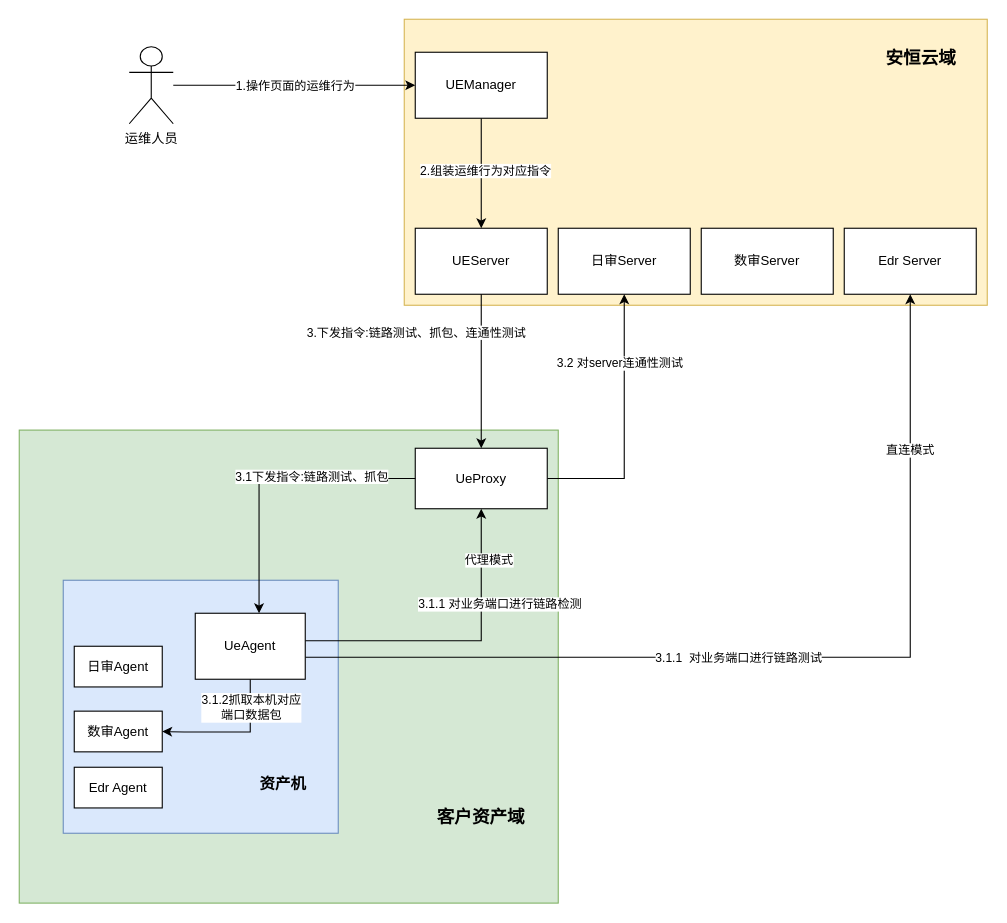
The draw.io diagram 自动化运维链路图.drawio in SwagLYY/myPersonalRepo, before the edit. Source tidied: cells renumbered, new cells numbered last; positions are measured from the earlier drawing's top-left corner, leaving out a move shared by most shapes. Both pictures are drawn from the tidied source at 110%, with x=0, y=0 at pixel (19, 19).
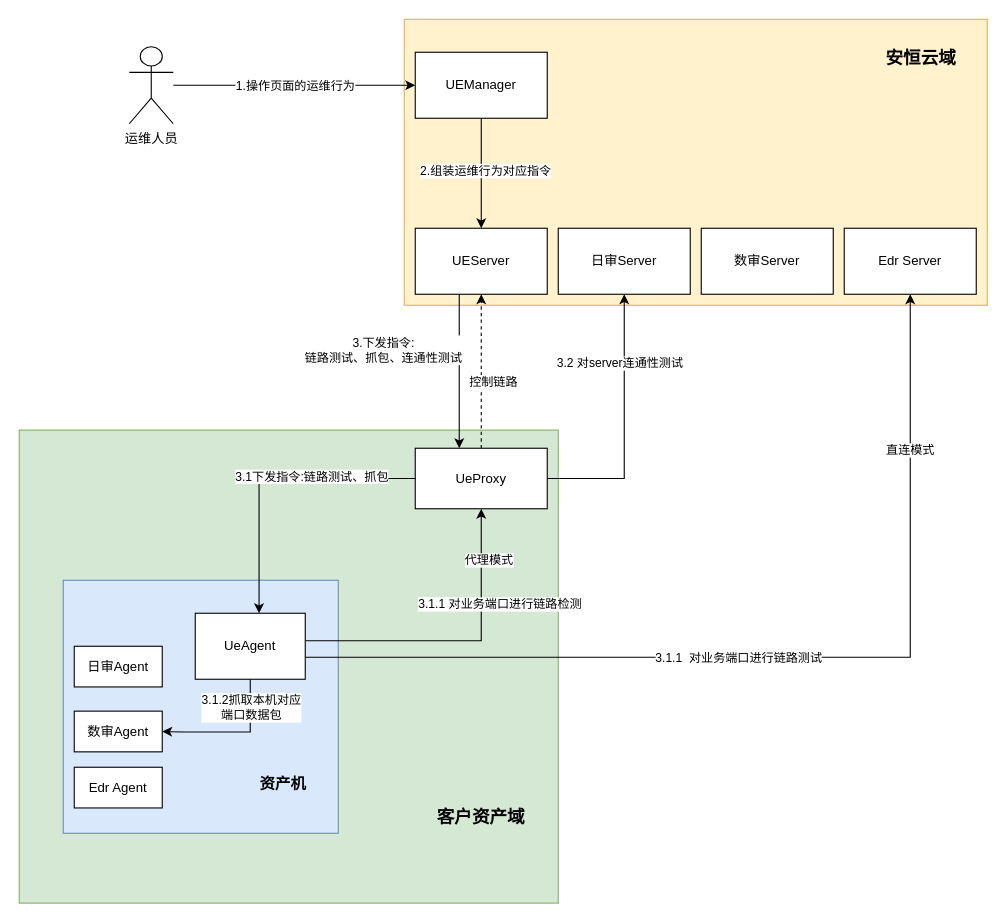
The same diagram, later.

Commit message:
更新自动化运维链路图.drawio

The change refers to these unchanged cells:
```xml
<mxCell id="5" value="UEServer" style="rounded=0;whiteSpace=wrap;html=1;" parent="1" vertex="1">
  <mxGeometry x="360" y="190" width="120" height="60" as="geometry" />
</mxCell>
<mxCell id="16" value="UeProxy" style="rounded=0;whiteSpace=wrap;html=1;" parent="1" vertex="1">
  <mxGeometry x="360" y="390" width="120" height="55" as="geometry" />
</mxCell>
```

Change to the diagram source:
```diff
@@
+    <mxCell id="39" style="edgeStyle=orthogonalEdgeStyle;rounded=0;jettySize=auto;html=1;entryX=0.5;entryY=1;entryDx=0;entryDy=0;dashed=1;" parent="1" edge="1" source="16" target="5">
+      <mxGeometry relative="1" as="geometry">
+        <Array as="points">
+          <mxPoint x="420" y="290" />
+          <mxPoint x="420" y="290" />
+        </Array>
+      </mxGeometry>
+    </mxCell>
+    <mxCell id="40" value="控制链路" style="edgeLabel;html=1;align=center;verticalAlign=middle;" parent="39" vertex="1">
+      <mxGeometry x="-0.13" y="1" relative="1" as="geometry">
+        <mxPoint x="11" as="offset" />
+      </mxGeometry>
+    </mxCell>
@@
     <mxCell id="32" style="edgeStyle=orthogonalEdgeStyle;rounded=0;jettySize=auto;html=1;" parent="1" edge="1" source="5" target="16">
-      <mxGeometry relative="1" as="geometry" />
+      <mxGeometry relative="1" as="geometry">
+        <Array as="points">
+          <mxPoint x="400" y="330" />
+          <mxPoint x="400" y="330" />
+        </Array>
+      </mxGeometry>
     </mxCell>
-    <mxCell id="33" value="3.下发指令:链路测试、抓包、连通性测试" style="edgeLabel;html=1;align=center;verticalAlign=middle;" parent="32" vertex="1">
+    <mxCell id="33" value="3.下发指令:&lt;br&gt;链路测试、抓包、连通性测试" style="edgeLabel;html=1;align=center;verticalAlign=middle;" parent="32" vertex="1">
       <mxGeometry x="-0.57" y="-1" relative="1" as="geometry">
-        <mxPoint x="-59" y="4" as="offset" />
+        <mxPoint x="-69" y="20" as="offset" />
       </mxGeometry>
     </mxCell>
```
